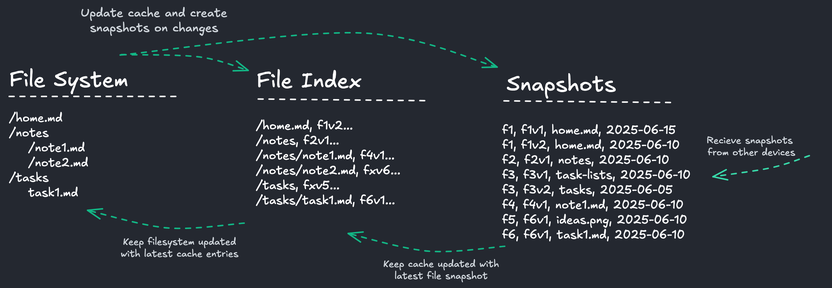
Earlier version of the Excalidraw export docs/developer/architecture/data-model.excalidraw.png (headbase-app/headbase). Source tidied: one line per element, renumbered; positions are measured from the earlier drawing's top-left corner, leaving out a move shared by most shapes.
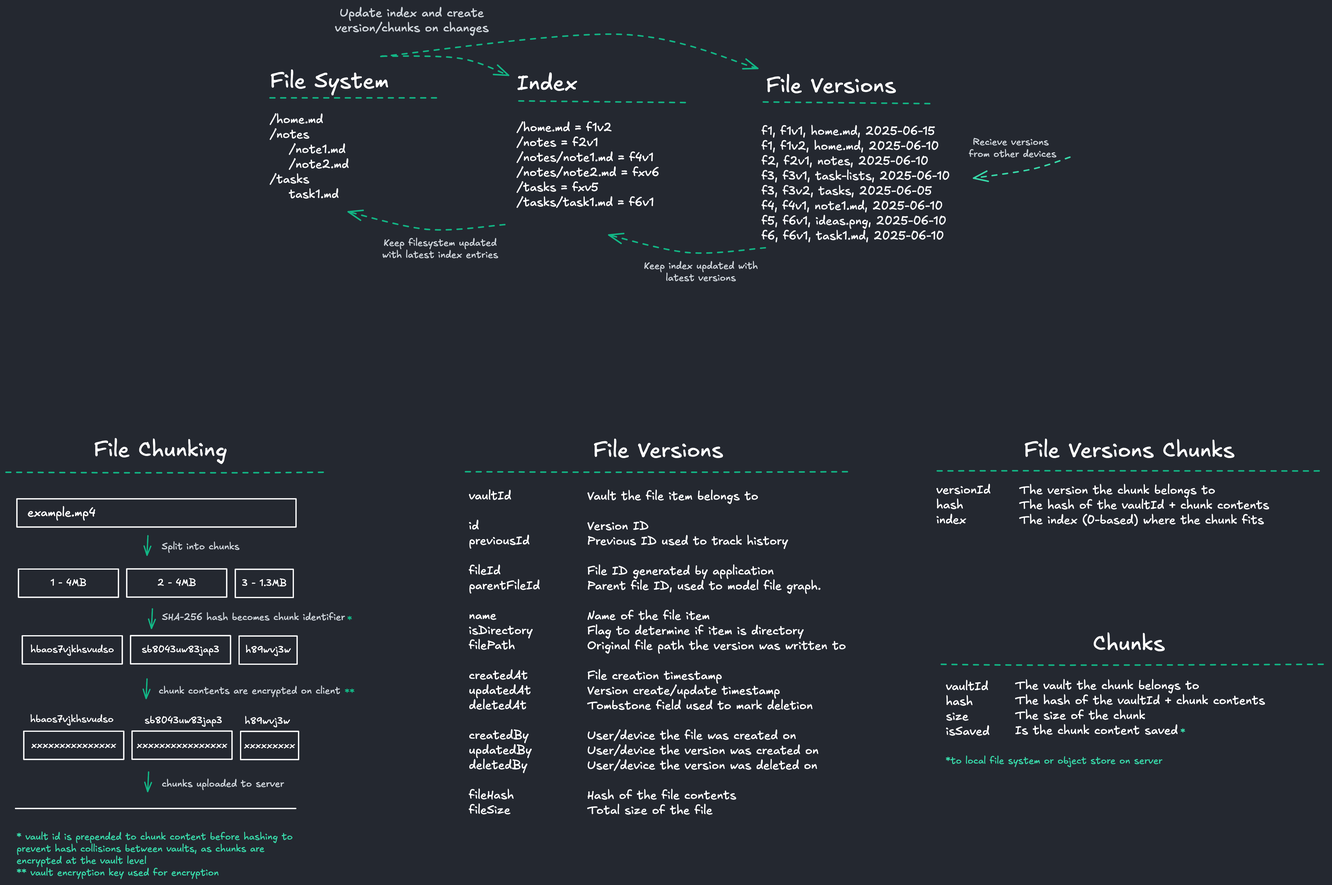
After the commit.

The edit, as a diff of the source:
```diff
@@ -1,18 +1,69 @@
+{"id": 18, "type": "rectangle", "strokeColor": "#ffffff", "strokeWidth": 2, "roughness": 0, "x": -417, "y": 821, "width": 466, "height": 47}
+{"id": 19, "type": "text", "text": "example.mp4", "strokeColor": "#ffffff", "strokeWidth": 2, "roughness": 0, "fontSize": 20, "fontFamily": 5, "x": -400, "y": 832, "width": 114, "height": 25}
+{"id": 20, "type": "rectangle", "strokeColor": "#ffffff", "strokeWidth": 2, "roughness": 0, "x": -415, "y": 939, "width": 167, "height": 47}
+{"id": 21, "type": "text", "text": "1 - 4MB", "strokeColor": "#ffffff", "strokeWidth": 2, "roughness": 0, "fontSize": 16, "fontFamily": 5, "textAlign": "center", "verticalAlign": "middle", "inside": 20, "x": -361, "y": 952, "width": 60, "height": 20}
+{"id": 22, "type": "arrow", "strokeColor": "#12b886", "strokeWidth": 2, "roughness": 0, "endArrowhead": "arrow", "round": true, "x": -198, "y": 883, "width": 2, "height": 33, "points": [[0, 0], [-2, 33]]}
+{"id": 23, "type": "text", "text": "Split into chunks", "strokeColor": "#ced4da", "strokeWidth": 2, "roughness": 0, "fontSize": 16, "fontFamily": 5, "x": -175, "y": 892, "width": 130, "height": 20}
+{"id": 24, "type": "arrow", "strokeColor": "#12b886", "strokeWidth": 2, "roughness": 0, "endArrowhead": "arrow", "round": true, "x": -191, "y": 1005, "width": 2, "height": 33, "points": [[0, 0], [-2, 33]]}
+{"id": 25, "type": "text", "text": "SHA-256 hash becomes chunk identifier", "strokeColor": "#ced4da", "strokeWidth": 2, "roughness": 0, "fontSize": 16, "fontFamily": 5, "x": -175, "y": 1010, "width": 306, "height": 20}
+{"id": 26, "type": "text", "text": "* vault id is prepended to chunk content before hashing to\nprevent hash collisions between vaults, as chunks are\nencrypted at the vault level\n** vault encryption key used for encryption", "strokeColor": "#38d9a9", "strokeWidth": 2, "roughness": 0, "fontSize": 16, "fontFamily": 5, "x": -418, "y": 1377, "width": 490, "height": 80}
+{"id": 27, "type": "rectangle", "strokeColor": "#ffffff", "strokeWidth": 2, "roughness": 0, "x": -234, "y": 938, "width": 167, "height": 47}
+{"id": 28, "type": "text", "text": "2 - 4MB", "strokeColor": "#ffffff", "strokeWidth": 2, "roughness": 0, "fontSize": 16, "fontFamily": 5, "textAlign": "center", "verticalAlign": "middle", "inside": 27, "x": -182, "y": 952, "width": 64, "height": 20}
+{"id": 29, "type": "rectangle", "strokeColor": "#ffffff", "strokeWidth": 2, "roughness": 0, "x": -52, "y": 939, "width": 97, "height": 47}
+{"id": 30, "type": "text", "text": "3 - 1.3MB", "strokeColor": "#ffffff", "strokeWidth": 2, "roughness": 0, "fontSize": 16, "fontFamily": 5, "textAlign": "center", "verticalAlign": "middle", "inside": 29, "x": -41, "y": 953, "width": 74, "height": 20}
+{"id": 31, "type": "rectangle", "strokeColor": "#ffffff", "strokeWidth": 2, "roughness": 0, "x": -408, "y": 1050, "width": 167, "height": 47}
+{"id": 32, "type": "text", "text": "hbaos7vjkhsvudso", "strokeColor": "#ffffff", "strokeWidth": 2, "roughness": 0, "fontSize": 16, "fontFamily": 5, "textAlign": "center", "verticalAlign": "middle", "inside": 31, "x": -394, "y": 1064, "width": 139, "height": 20}
+{"id": 33, "type": "rectangle", "strokeColor": "#ffffff", "strokeWidth": 2, "roughness": 0, "x": -227, "y": 1050, "width": 167, "height": 47}
+{"id": 34, "type": "text", "text": "sb8043uw83jap3", "strokeColor": "#ffffff", "strokeWidth": 2, "roughness": 0, "fontSize": 16, "fontFamily": 5, "textAlign": "center", "verticalAlign": "middle", "inside": 33, "x": -209, "y": 1063, "width": 130, "height": 20}
+{"id": 35, "type": "rectangle", "strokeColor": "#ffffff", "strokeWidth": 2, "roughness": 0, "x": -46, "y": 1050, "width": 97, "height": 47}
+{"id": 36, "type": "text", "text": "h89wvj3w", "strokeColor": "#ffffff", "strokeWidth": 2, "roughness": 0, "fontSize": 16, "fontFamily": 5, "textAlign": "center", "verticalAlign": "middle", "inside": 35, "x": -35, "y": 1064, "width": 75, "height": 20}
+{"id": 37, "type": "arrow", "strokeColor": "#12b886", "strokeWidth": 2, "roughness": 0, "endArrowhead": "arrow", "round": true, "x": -200, "y": 1122, "width": 2, "height": 33, "points": [[0, 0], [-2, 33]]}
+{"id": 38, "type": "text", "text": "chunk contents are encrypted on client", "strokeColor": "#ced4da", "strokeWidth": 2, "roughness": 0, "fontSize": 16, "fontFamily": 5, "x": -180, "y": 1132, "width": 304, "height": 20}
+{"id": 39, "type": "rectangle", "strokeColor": "#ffffff", "strokeWidth": 2, "roughness": 0, "x": -406, "y": 1210, "width": 167, "height": 47}
+{"id": 40, "type": "text", "text": "xxxxxxxxxxxxxxx", "strokeColor": "#ffffff", "strokeWidth": 2, "roughness": 0, "fontSize": 16, "fontFamily": 5, "textAlign": "center", "verticalAlign": "middle", "inside": 39, "x": -393, "y": 1223, "width": 142, "height": 20}
+{"id": 41, "type": "rectangle", "strokeColor": "#ffffff", "strokeWidth": 2, "roughness": 0, "x": -225, "y": 1209, "width": 167, "height": 47}
+{"id": 42, "type": "text", "text": "xxxxxxxxxxxxxxxx", "strokeColor": "#ffffff", "strokeWidth": 2, "roughness": 0, "fontSize": 16, "fontFamily": 5, "textAlign": "center", "verticalAlign": "middle", "inside": 41, "x": -217, "y": 1223, "width": 151, "height": 20}
+{"id": 43, "type": "rectangle", "strokeColor": "#ffffff", "strokeWidth": 2, "roughness": 0, "x": -44, "y": 1210, "width": 97, "height": 47}
+{"id": 44, "type": "text", "text": "xxxxxxxxx", "strokeColor": "#ffffff", "strokeWidth": 2, "roughness": 0, "fontSize": 16, "fontFamily": 5, "textAlign": "center", "verticalAlign": "middle", "inside": 43, "x": -38, "y": 1223, "width": 85, "height": 20}
+{"id": 45, "type": "text", "text": "hbaos7vjkhsvudso", "strokeColor": "#ffffff", "strokeWidth": 2, "roughness": 0, "fontSize": 16, "fontFamily": 5, "x": -395, "y": 1180, "width": 139, "height": 20}
+{"id": 46, "type": "text", "text": "sb8043uw83jap3", "strokeColor": "#ffffff", "strokeWidth": 2, "roughness": 0, "fontSize": 16, "fontFamily": 5, "x": -204, "y": 1182, "width": 130, "height": 20}
+{"id": 47, "type": "text", "text": "h89wvj3w", "strokeColor": "#ffffff", "strokeWidth": 2, "roughness": 0, "fontSize": 16, "fontFamily": 5, "x": -36, "y": 1183, "width": 75, "height": 20}
+{"id": 48, "type": "arrow", "strokeColor": "#12b886", "strokeWidth": 2, "roughness": 0, "endArrowhead": "arrow", "round": true, "x": -197, "y": 1278, "width": 2, "height": 33, "points": [[0, 0], [-2, 33]]}
+{"id": 49, "type": "text", "text": "chunks uploaded to server", "strokeColor": "#ced4da", "strokeWidth": 2, "roughness": 0, "fontSize": 16, "fontFamily": 5, "x": -175, "y": 1288, "width": 204, "height": 20}
+{"id": 50, "type": "line", "strokeColor": "#ffffff", "strokeWidth": 2, "roughness": 0, "x": -420, "y": 1339, "width": 468, "height": 0, "points": [[0, 0], [468, 0]]}
+{"id": 51, "type": "text", "text": "File Chunking", "strokeColor": "#ffffff", "strokeWidth": 2, "roughness": 0, "fontSize": 36, "fontFamily": 5, "x": -289, "y": 718, "width": 223, "height": 45}
+{"id": 52, "type": "text", "text": "File Versions", "strokeColor": "#ffffff", "strokeWidth": 2, "roughness": 0, "fontSize": 36, "fontFamily": 5, "x": 545, "y": 719, "width": 217, "height": 45}
+{"id": 53, "type": "text", "text": "File Versions Chunks", "strokeColor": "#ffffff", "strokeWidth": 2, "roughness": 0, "fontSize": 36, "fontFamily": 5, "x": 1265, "y": 719, "width": 352, "height": 45}
+{"id": 54, "type": "text", "text": "versionId\nhash\nindex", "strokeColor": "#ffffff", "strokeWidth": 2, "roughness": 0, "fontSize": 20, "fontFamily": 5, "x": 1119, "y": 794, "width": 101, "height": 75}
+{"id": 55, "type": "text", "text": "vaultId\n\nid\npreviousId\n\nfileId\nparentFileId\n\nname\nisDirectory\nfilePath\n\ncreatedAt\nupdatedAt\ndeletedAt\n\ncreatedBy\nupdatedBy\ndeletedBy\n\nfileHash\nfileSize", "strokeColor": "#ffffff", "strokeWidth": 2, "roughness": 0, "fontSize": 20, "fontFamily": 5, "x": 338, "y": 804, "width": 139, "height": 550}
+{"id": 56, "type": "text", "text": "Chunks", "strokeColor": "#ffffff", "strokeWidth": 2, "roughness": 0, "fontSize": 36, "fontFamily": 5, "x": 1380, "y": 1042, "width": 120, "height": 45}
+{"id": 57, "type": "text", "text": "vaultId\nhash\nsize\nisSaved", "strokeColor": "#ffffff", "strokeWidth": 2, "roughness": 0, "fontSize": 20, "fontFamily": 5, "x": 1135, "y": 1123, "width": 203, "height": 100}
+{"id": 58, "type": "line", "strokeColor": "#12b886", "strokeWidth": 2, "strokeStyle": "dashed", "roughness": 1, "x": 332, "y": 776, "width": 643, "height": 0, "points": [[0, 0], [643, 0]]}
+{"id": 59, "type": "line", "strokeColor": "#12b886", "strokeWidth": 2, "strokeStyle": "dashed", "roughness": 1, "x": 1121, "y": 775, "width": 643, "height": 0, "points": [[0, 0], [643, 0]]}
+{"id": 60, "type": "line", "strokeColor": "#12b886", "strokeWidth": 2, "strokeStyle": "dashed", "roughness": 1, "x": 1127, "y": 1098, "width": 643, "height": 0, "points": [[0, 0], [643, 0]]}
+{"id": 61, "type": "line", "strokeColor": "#12b886", "strokeWidth": 2, "strokeStyle": "dashed", "roughness": 1, "x": -436, "y": 777, "width": 531, "height": 0, "points": [[0, 0], [531, 0]]}
+{"id": 62, "type": "text", "text": "Vault the file item belongs to\n\nVersion ID\nPrevious ID used to track history\n\nFile ID generated by application\nParent file ID, used to model file graph.\n\nName of the file item\nFlag to determine if item is directory\nOriginal file path the version was written to\n\nFile creation timestamp\nVersion create/update timestamp\nTombstone field used to mark deletion\n\nUser/device the file was created on \nUser/device the version was created on\nUser/device the version was deleted on\n\nHash of the file contents\nTotal size of the file", "strokeColor": "#ffffff", "strokeWidth": 2, "roughness": 0, "fontSize": 20, "fontFamily": 5, "x": 536, "y": 805, "width": 433, "height": 550}
+{"id": 63, "type": "text", "text": "The version the chunk belongs to\nThe hash of the vaultId + chunk contents\nThe index (0-based) where the chunk fits", "strokeColor": "#ffffff", "strokeWidth": 2, "roughness": 1, "fontSize": 20, "fontFamily": 5, "x": 1257, "y": 795, "width": 418, "height": 75}
+{"id": 64, "type": "text", "text": "The vault the chunk belongs to\nThe hash of the vaultId + chunk contents\nThe size of the chunk\nIs the chunk content saved", "strokeColor": "#ffffff", "strokeWidth": 2, "roughness": 1, "fontSize": 20, "fontFamily": 5, "x": 1250, "y": 1121, "width": 418, "height": 100}
+{"id": 65, "type": "text", "text": "*to local file system or object store on server", "strokeColor": "#38d9a9", "strokeWidth": 2, "roughness": 1, "fontSize": 16, "fontFamily": 5, "x": 1134, "y": 1249, "width": 362, "height": 20}
+{"id": 66, "type": "text", "text": "*", "strokeColor": "#38d9a9", "strokeWidth": 2, "roughness": 1, "fontSize": 16, "fontFamily": 5, "x": 1527, "y": 1202, "width": 8, "height": 20}
+{"id": 67, "type": "text", "text": "*", "strokeColor": "#12b886", "strokeWidth": 2, "roughness": 1, "fontSize": 16, "fontFamily": 5, "x": 135, "y": 1014, "width": 8, "height": 20}
+{"id": 68, "type": "text", "text": "**", "strokeColor": "#12b886", "strokeWidth": 2, "roughness": 1, "fontSize": 16, "fontFamily": 5, "x": 130, "y": 1135, "width": 17, "height": 20}
 {"id": 0, "type": "text", "text": "/home.md\n/notes\n    /note1.md\n    /note2.md\n/tasks\n    task1.md", "strokeColor": "#f8f9fa", "strokeWidth": 2, "strokeStyle": "dashed", "roughness": 2, "fontSize": 20, "fontFamily": 5, "x": 5, "y": 175, "width": 132, "height": 150}
 {"id": 1, "type": "text", "text": "File System", "strokeColor": "#ffffff", "strokeWidth": 2, "strokeStyle": "dashed", "roughness": 2, "fontSize": 36, "fontFamily": 5, "x": 6, "y": 102, "width": 199, "height": 45}
-{"id": 2, "type": "line", "strokeColor": "#ffffff", "strokeWidth": 2, "strokeStyle": "dashed", "roughness": 0, "x": 284, "y": 151, "width": 284, "height": 0, "points": [[0, 0], [-284, 0]]}
+{"id": 69, "type": "line", "strokeColor": "#12b886", "strokeWidth": 2, "strokeStyle": "dashed", "roughness": 0, "x": 284, "y": 151, "width": 284, "height": 0, "points": [[0, 0], [-284, 0]]}
-{"id": 3, "type": "text", "text": "f1, f1v1, home.md, 2025-06-15\nf1, f1v2, home.md, 2025-06-10\nf2, f2v1, notes, 2025-06-10\nf3, f3v1, task-lists, 2025-06-10\nf3, f3v2, tasks, 2025-06-05\nf4, f4v1, note1.md, 2025-06-10\nf5, f6v1, ideas.png, 2025-06-10\nf6, f6v1, task1.md, 2025-06-10", "strokeColor": "#f8f9fa", "strokeWidth": 2, "strokeStyle": "dashed", "roughness": 2, "fontSize": 20, "fontFamily": 5, "x": 829, "y": 196, "width": 315, "height": 200}
+{"id": 3, "type": "text", "text": "f1, f1v1, home.md, 2025-06-15\nf1, f1v2, home.md, 2025-06-10\nf2, f2v1, notes, 2025-06-10\nf3, f3v1, task-lists, 2025-06-10\nf3, f3v2, tasks, 2025-06-05\nf4, f4v1, note1.md, 2025-06-10\nf5, f6v1, ideas.png, 2025-06-10\nf6, f6v1, task1.md, 2025-06-10", "strokeColor": "#f8f9fa", "strokeWidth": 2, "strokeStyle": "dashed", "roughness": 2, "fontSize": 20, "fontFamily": 5, "x": 827, "y": 195, "width": 315, "height": 200}
-{"id": 4, "type": "text", "text": "Snapshots", "strokeColor": "#ffffff", "strokeWidth": 2, "strokeStyle": "dashed", "roughness": 2, "fontSize": 36, "fontFamily": 5, "x": 837, "y": 110, "width": 182, "height": 45}
-{"id": 5, "type": "line", "strokeColor": "#ffffff", "strokeWidth": 2, "strokeStyle": "dashed", "roughness": 0, "x": 1110, "y": 161, "width": 279, "height": 3, "points": [[0, 0], [-279, -3]]}
-{"id": 6, "type": "text", "text": "File Index", "strokeColor": "#ffffff", "strokeWidth": 2, "strokeStyle": "dashed", "roughness": 2, "fontSize": 36, "fontFamily": 5, "x": 419, "y": 104, "width": 175, "height": 45}
-{"id": 7, "type": "line", "strokeColor": "#ffffff", "strokeWidth": 2, "strokeStyle": "dashed", "roughness": 0, "x": 699, "y": 158, "width": 279, "height": 3, "points": [[0, 0], [-279, -3]]}
-{"id": 8, "type": "text", "text": "/home.md, f1v2...\n/notes, f2v1...\n/notes/note1.md, f4v1...\n/notes/note2.md, fxv6...\n/tasks, fxv5...\n/tasks/task1.md, f6v1...", "strokeColor": "#ffffff", "strokeWidth": 2, "strokeStyle": "dashed", "roughness": 1, "fontSize": 20, "fontFamily": 5, "x": 418, "y": 188, "width": 241, "height": 150}
-{"id": 9, "type": "arrow", "strokeColor": "#12b886", "strokeWidth": 2, "strokeStyle": "dashed", "roughness": 0, "endArrowhead": "arrow", "round": true, "x": 833, "y": 402, "width": 262, "height": 30, "points": [[0, 0], [-128, 8], [-262, -21]]}
-{"id": 10, "type": "text", "text": "Keep cache updated with\nlatest file snapshot", "strokeColor": "#ced4da", "strokeWidth": 2, "strokeStyle": "dashed", "roughness": 0, "fontSize": 16, "fontFamily": 5, "textAlign": "center", "x": 615, "y": 422, "width": 223, "height": 40}
-{"id": 11, "type": "arrow", "strokeColor": "#12b886", "strokeWidth": 2, "strokeStyle": "dashed", "roughness": 0, "endArrowhead": "arrow", "round": true, "x": 191, "y": 82, "width": 630, "height": 57, "points": [[0, 0], [399, -37], [630, 20]]}
-{"id": 12, "type": "arrow", "strokeColor": "#12b886", "strokeWidth": 2, "strokeStyle": "dashed", "roughness": 0, "endArrowhead": "arrow", "round": true, "to": 6, "x": 193, "y": 81, "width": 212, "height": 26, "points": [[0, 0], [130, 4], [212, 26]]}
-{"id": 13, "type": "text", "text": "Update cache and create\nsnapshots on changes", "strokeColor": "#ced4da", "strokeWidth": 2, "strokeStyle": "dashed", "roughness": 0, "fontSize": 20, "fontFamily": 5, "textAlign": "center", "x": 92, "y": 0, "width": 310, "height": 50}
-{"id": 14, "type": "arrow", "strokeColor": "#38d9a9", "strokeWidth": 2, "strokeStyle": "dashed", "roughness": 0, "endArrowhead": "arrow", "round": true, "from": 15, "x": 1342, "y": 250, "width": 161, "height": 35, "points": [[0, 0], [-63, 20], [-161, 35]]}
-{"id": 15, "type": "text", "text": "Recieve snapshots \nfrom other devices", "strokeColor": "#ced4da", "strokeWidth": 2, "strokeStyle": "dashed", "roughness": 0, "fontSize": 16, "fontFamily": 5, "textAlign": "center", "x": 1121, "y": 216, "width": 249, "height": 40}
-{"id": 16, "type": "arrow", "strokeColor": "#12b886", "strokeWidth": 2, "strokeStyle": "dashed", "roughness": 0, "endArrowhead": "arrow", "round": true, "x": 398, "y": 363, "width": 262, "height": 30, "points": [[0, 0], [-128, 8], [-262, -21]]}
-{"id": 17, "type": "text", "text": "Keep filesystem updated\nwith latest cache entries", "strokeColor": "#ced4da", "strokeWidth": 2, "strokeStyle": "dashed", "roughness": 0, "fontSize": 16, "fontFamily": 5, "textAlign": "center", "x": 178, "y": 385, "width": 223, "height": 40}
+{"id": 70, "type": "text", "text": "File Versions", "strokeColor": "#ffffff", "strokeWidth": 2, "strokeStyle": "dashed", "roughness": 2, "fontSize": 36, "fontFamily": 5, "x": 834, "y": 109, "width": 217, "height": 45}
+{"id": 71, "type": "line", "strokeColor": "#12b886", "strokeWidth": 2, "strokeStyle": "dashed", "roughness": 0, "x": 1108, "y": 161, "width": 279, "height": 3, "points": [[0, 0], [-279, -3]]}
+{"id": 72, "type": "text", "text": "Index", "strokeColor": "#ffffff", "strokeWidth": 2, "strokeStyle": "dashed", "roughness": 2, "fontSize": 36, "fontFamily": 5, "x": 418, "y": 105, "width": 101, "height": 45}
+{"id": 73, "type": "line", "strokeColor": "#12b886", "strokeWidth": 2, "strokeStyle": "dashed", "roughness": 0, "x": 699, "y": 159, "width": 279, "height": 3, "points": [[0, 0], [-279, -3]]}
+{"id": 74, "type": "text", "text": "/home.md = f1v2\n/notes = f2v1\n/notes/note1.md = f4v1\n/notes/note2.md = fxv6\n/tasks = fxv5\n/tasks/task1.md = f6v1", "strokeColor": "#ffffff", "strokeWidth": 2, "strokeStyle": "dashed", "roughness": 1, "fontSize": 20, "fontFamily": 5, "x": 418, "y": 189, "width": 239, "height": 150}
+{"id": 75, "type": "arrow", "strokeColor": "#12b886", "strokeWidth": 2, "strokeStyle": "dashed", "roughness": 0, "endArrowhead": "arrow", "round": true, "x": 833, "y": 402, "width": 262, "height": 30, "points": [[0, 0], [-128, 8], [-262, -21]]}
+{"id": 76, "type": "text", "text": "Keep index updated with\nlatest versions", "strokeColor": "#ced4da", "strokeWidth": 2, "strokeStyle": "dashed", "roughness": 0, "fontSize": 16, "fontFamily": 5, "textAlign": "center", "x": 614, "y": 423, "width": 223, "height": 40}
+{"id": 77, "type": "arrow", "strokeColor": "#12b886", "strokeWidth": 2, "strokeStyle": "dashed", "roughness": 0, "endArrowhead": "arrow", "round": true, "x": 191, "y": 82, "width": 630, "height": 57, "points": [[0, 0], [399, -37], [630, 20]]}
+{"id": 78, "type": "arrow", "strokeColor": "#12b886", "strokeWidth": 2, "strokeStyle": "dashed", "roughness": 0, "endArrowhead": "arrow", "round": true, "to": 72, "x": 193, "y": 81, "width": 211, "height": 32, "points": [[0, 0], [130, 4], [211, 32]]}
+{"id": 79, "type": "text", "text": "Update index and create\nversion/chunks on changes", "strokeColor": "#ced4da", "strokeWidth": 2, "strokeStyle": "dashed", "roughness": 0, "fontSize": 20, "fontFamily": 5, "textAlign": "center", "x": 88, "y": -2, "width": 310, "height": 50}
+{"id": 80, "type": "arrow", "strokeColor": "#38d9a9", "strokeWidth": 2, "strokeStyle": "dashed", "roughness": 0, "endArrowhead": "arrow", "round": true, "x": 1342, "y": 250, "width": 161, "height": 35, "points": [[0, 0], [-63, 20], [-161, 35]]}
+{"id": 81, "type": "text", "text": "Recieve versions \nfrom other devices", "strokeColor": "#ced4da", "strokeWidth": 2, "strokeStyle": "dashed", "roughness": 0, "fontSize": 16, "fontFamily": 5, "textAlign": "center", "x": 1122, "y": 216, "width": 249, "height": 40}
+{"id": 82, "type": "arrow", "strokeColor": "#12b886", "strokeWidth": 2, "strokeStyle": "dashed", "roughness": 0, "endArrowhead": "arrow", "round": true, "x": 398, "y": 363, "width": 262, "height": 30, "points": [[0, 0], [-128, 8], [-262, -21]]}
+{"id": 83, "type": "text", "text": "Keep filesystem updated\nwith latest index entries", "strokeColor": "#ced4da", "strokeWidth": 2, "strokeStyle": "dashed", "roughness": 0, "fontSize": 16, "fontFamily": 5, "textAlign": "center", "x": 178, "y": 384, "width": 223, "height": 40}
```
